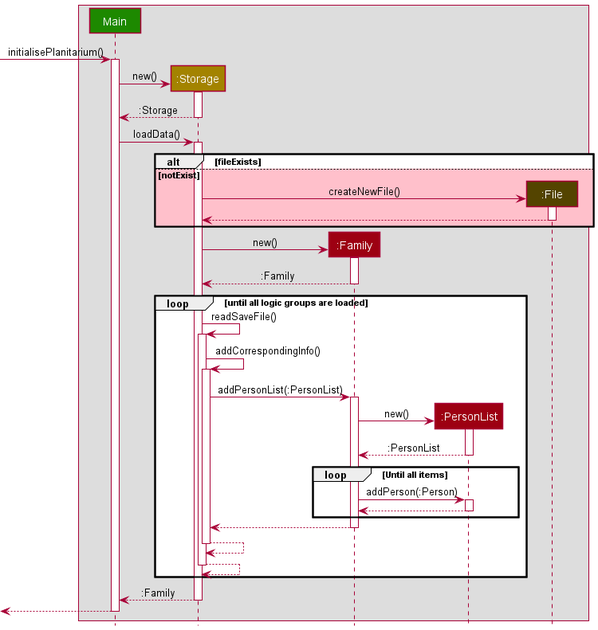
This is docs/images/StorageLoadSequence.png from nus-cs2113-AY2122S2/tp, a PlantUML export, as it was before one commit.
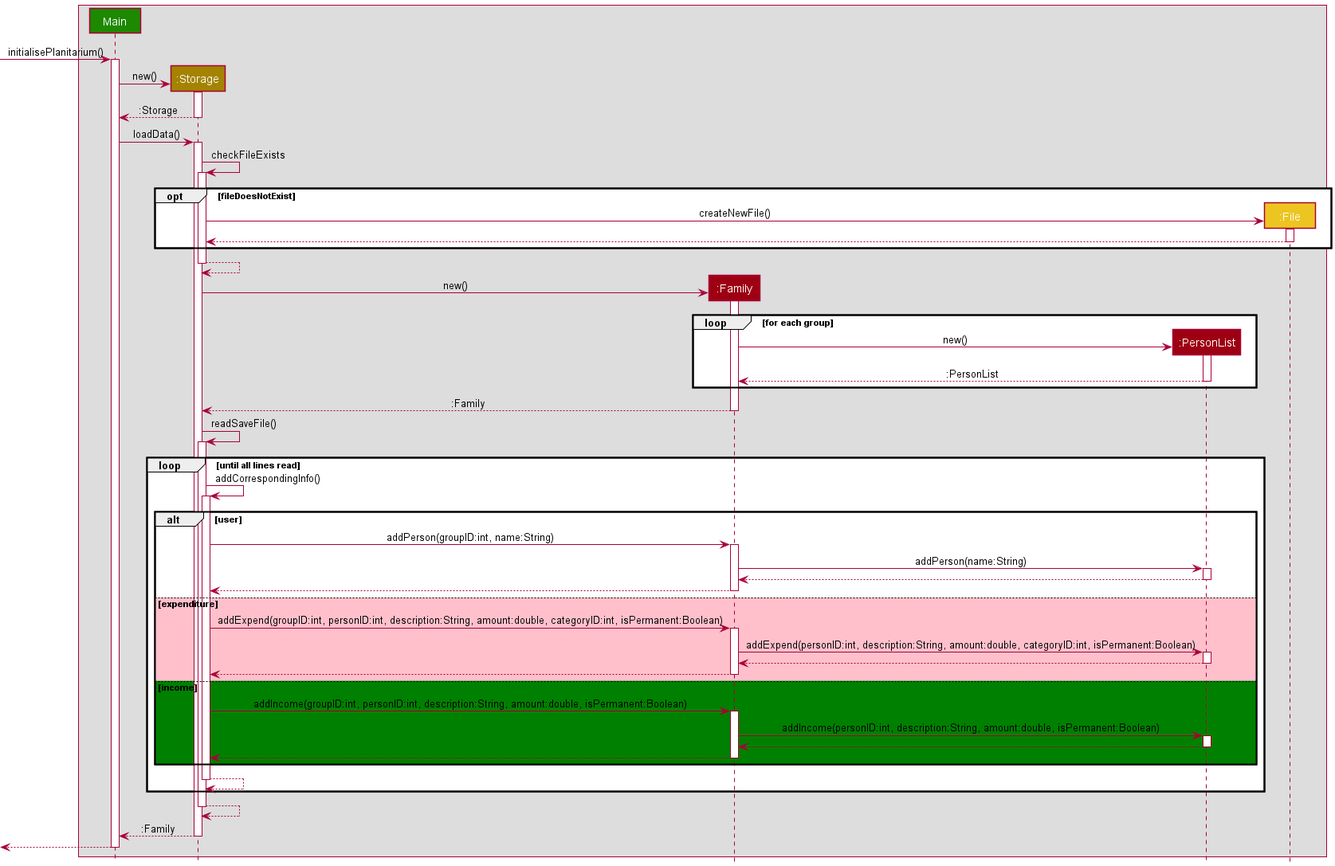
After the change.

Commit message:
Update UML and DG for storage

Diff of the diagram source:
```diff
@@ -9,8 +9,6 @@
     participant ":File" as File STORAGE_COLOR_T2
 end box
 
-
-
 -> Main: initialisePlanitarium()
 activate Main
 create Storage
@@ -20,44 +18,68 @@
 deactivate Storage
 Main -> Storage: loadData()
 activate Storage
-alt fileExists
-else #pink notExist
+Storage -> Storage : checkFileExists
+activate Storage
+opt fileDoesNotExist
     create File
     Storage -> File : createNewFile()
     activate File
     File --> Storage
     deactivate File
 end
+Storage --> Storage
+deactivate Storage
 create Family
 Storage -> Family: new()
 activate Family
+create PersonList
+loop for each group
+Family -> PersonList : new()
+activate PersonList
+PersonList --> Family : :PersonList
+deactivate PersonList
+end
 Family --> Storage : :Family
 deactivate Family
-loop until all logic groups are loaded
-    Storage -> Storage: readSaveFile()
+Storage -> Storage: readSaveFile()
+activate Storage
+    loop until all lines read
+    Storage -> Storage : addCorrespondingInfo()
     activate Storage
-    Storage -> Storage :addCorrespondingInfo()
-    activate Storage
-    Storage -> Family : addPersonList(:PersonList)
-    activate Family
-    create PersonList
-    Family -> PersonList: new()
-    activate PersonList
-    PersonList --> Family: :PersonList
-    deactivate PersonList
-    loop Until all items
-        Family -> PersonList: addPerson(:Person)
-        activate PersonList
-        PersonList --> Family
-        deactivate PersonList
-    end
-    Family --> Storage:
-    deactivate Family
+        alt user
+            Storage -> Family : addPerson(groupID:int, name:String)
+            activate Family
+            Family -> PersonList: addPerson(name:String)
+            activate PersonList
+            PersonList --> Family
+            deactivate PersonList
+            Family --> Storage
+            deactivate Family
+        else #PINK expenditure
+            Storage -> Family : addExpend(groupID:int, personID:int, description:String, amount:double, categoryID:int, isPermanent:Boolean)
+            activate Family
+            Family -> PersonList : addExpend(personID:int, description:String, amount:double, categoryID:int, isPermanent:Boolean)
+            activate PersonList
+            PersonList --> Family
+            deactivate PersonList
+            Family --> Storage
+            deactivate Family
+        else #GREEN income
+            Storage -> Family : addIncome(groupID:int, personID:int, description:String, amount:double, isPermanent:Boolean)
+            activate Family
+            Family -> PersonList : addIncome(personID:int, description:String, amount:double, isPermanent:Boolean)
+            activate PersonList
+            PersonList --> Family
+            deactivate PersonList
+            Family --> Storage
+            deactivate Family
+        end
     Storage --> Storage
     deactivate Storage
+    end
     Storage --> Storage
     deactivate Storage
-end
+
 Storage --> Main: :Family
 deactivate Storage
 <-- Main
```
